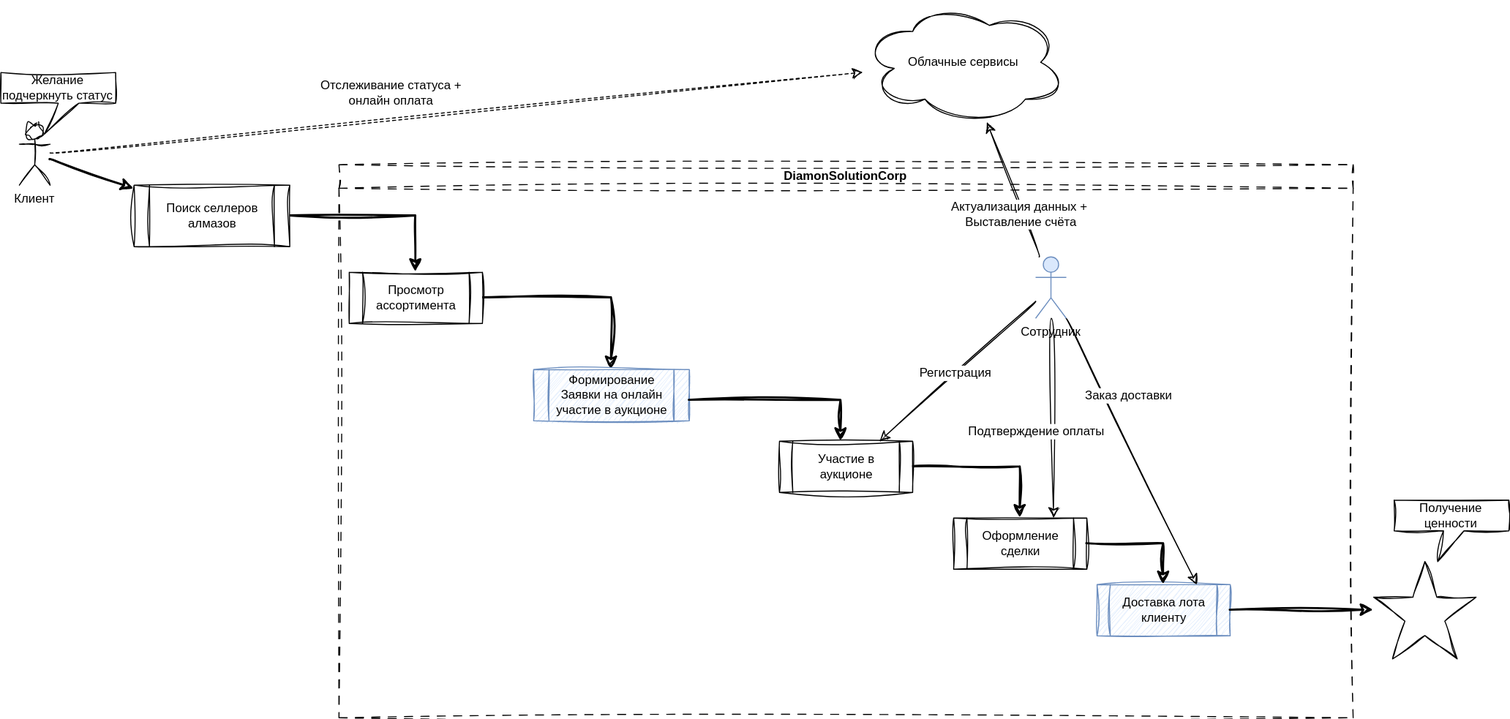
This is task1/DIamonSolution-High MVP.drawio.svg from SkySai1/Solution-DiamondUniverse, a draw.io export, as it was before one commit. Source tidied: cells renumbered, new cells last; positions are measured from the earlier drawing's top-left corner, leaving out a move shared by most shapes.
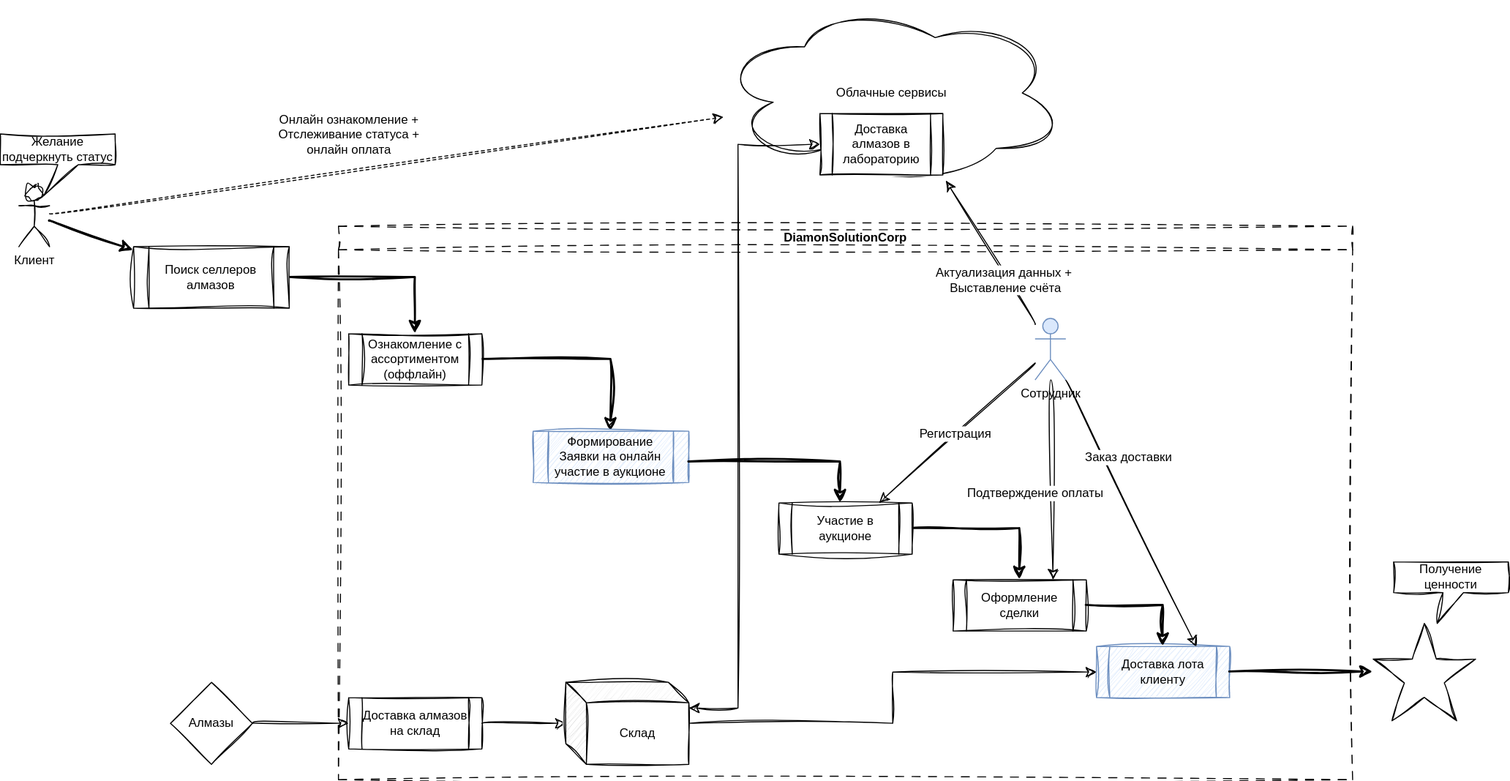
After the change.

What changed in the source:
```diff
@@ -23,7 +23,7 @@
     <mxCell id="8" style="edgeStyle=orthogonalEdgeStyle;rounded=0;jettySize=auto;html=1;fontSize=12;startSize=8;endSize=8;sketch=1;curveFitting=1;jiggle=2;strokeWidth=2;" parent="2" edge="1" source="9" target="10">
       <mxGeometry relative="1" as="geometry" />
     </mxCell>
-    <mxCell id="9" value="Просмотр ассортимента" style="shape=process;whiteSpace=wrap;html=1;backgroundOutline=1;sketch=1;curveFitting=1;jiggle=2;" parent="2" vertex="1">
+    <mxCell id="9" value="Ознакомление с ассортиментом (оффлайн)" style="shape=process;whiteSpace=wrap;html=1;backgroundOutline=1;sketch=1;curveFitting=1;jiggle=2;" parent="2" vertex="1">
       <mxGeometry x="10" y="105" width="130" height="50" as="geometry" />
     </mxCell>
     <mxCell id="10" value="Формирование Заявки на онлайн участие в аукционе" style="shape=process;whiteSpace=wrap;html=1;backgroundOutline=1;sketch=1;curveFitting=1;jiggle=2;fillColor=#dae8fc;strokeColor=#6c8ebf;" parent="2" vertex="1">
@@ -67,6 +67,18 @@
         <mxPoint x="-23" y="-4" as="offset" />
       </mxGeometry>
     </mxCell>
+    <mxCell id="32" style="edgeStyle=none;curved=1;rounded=0;jettySize=auto;html=1;fontSize=12;startSize=8;endSize=8;sketch=1;curveFitting=1;jiggle=2;" parent="2" edge="1" source="33" target="35">
+      <mxGeometry relative="1" as="geometry" />
+    </mxCell>
+    <mxCell id="33" value="Доставка алмазов на склад" style="shape=process;whiteSpace=wrap;html=1;backgroundOutline=1;sketch=1;curveFitting=1;jiggle=2;" parent="2" vertex="1">
+      <mxGeometry x="10" y="460" width="130" height="50" as="geometry" />
+    </mxCell>
+    <mxCell id="34" style="edgeStyle=orthogonalEdgeStyle;rounded=0;jettySize=auto;html=1;fontSize=12;startSize=8;endSize=8;sketch=1;curveFitting=1;jiggle=2;" parent="2" edge="1" source="35" target="12">
+      <mxGeometry relative="1" as="geometry" />
+    </mxCell>
+    <mxCell id="35" value="Склад" style="shape=cube;whiteSpace=wrap;html=1;boundedLbl=1;backgroundOutline=1;darkOpacity=0.05;darkOpacity2=0.1;sketch=1;curveFitting=1;jiggle=2;" parent="2" vertex="1">
+      <mxGeometry x="222" y="445" width="120" height="80" as="geometry" />
+    </mxCell>
     <mxCell id="21" style="edgeStyle=orthogonalEdgeStyle;rounded=0;jettySize=auto;html=1;fontSize=12;startSize=8;endSize=8;sketch=1;curveFitting=1;jiggle=2;strokeWidth=2;" parent="1" edge="1" source="12" target="22">
       <mxGeometry relative="1" as="geometry" />
     </mxCell>
@@ -77,7 +89,7 @@
       <mxGeometry x="1360" y="487.5" width="112" height="60" as="geometry" />
     </mxCell>
     <mxCell id="24" value="Облачные сервисы" style="ellipse;shape=cloud;whiteSpace=wrap;html=1;sketch=1;curveFitting=1;jiggle=2;" parent="1" vertex="1">
-      <mxGeometry x="840" width="200" height="120" as="geometry" />
+      <mxGeometry x="700" y="-60" width="340" height="180" as="geometry" />
     </mxCell>
     <mxCell id="25" style="edgeStyle=none;curved=1;rounded=0;jettySize=auto;html=1;fontSize=12;startSize=8;endSize=8;sketch=1;curveFitting=1;jiggle=2;" parent="1" edge="1" source="16" target="24">
       <mxGeometry relative="1" as="geometry" />
@@ -91,9 +103,9 @@
     <mxCell id="28" style="edgeStyle=none;curved=1;rounded=0;jettySize=auto;html=1;fontSize=12;startSize=8;endSize=8;sketch=1;curveFitting=1;jiggle=2;dashed=1;" parent="1" edge="1" source="30" target="24">
       <mxGeometry relative="1" as="geometry" />
     </mxCell>
-    <mxCell id="29" value="Отслеживание статуса +&lt;br&gt;онлайн оплата" style="edgeLabel;html=1;align=center;verticalAlign=middle;fontSize=12;" parent="28" vertex="1">
+    <mxCell id="29" value="Онлайн ознакомление +&lt;br&gt;Отслеживание статуса +&lt;br&gt;онлайн оплата" style="edgeLabel;html=1;align=center;verticalAlign=middle;fontSize=12;" parent="28" vertex="1">
       <mxGeometry x="-0.09" y="-3" relative="1" as="geometry">
-        <mxPoint x="-31" y="-26" as="offset" />
+        <mxPoint x="-9" y="-38" as="offset" />
       </mxGeometry>
     </mxCell>
     <mxCell id="30" value="Клиент" style="shape=umlActor;verticalLabelPosition=bottom;verticalAlign=top;html=1;outlineConnect=0;sketch=1;curveFitting=1;jiggle=2;" parent="1" vertex="1">
@@ -102,5 +114,22 @@
     <mxCell id="31" value="Желание подчеркнуть статус" style="shape=callout;whiteSpace=wrap;html=1;perimeter=calloutPerimeter;position2=0.38;sketch=1;curveFitting=1;jiggle=2;" parent="1" vertex="1">
       <mxGeometry y="70" width="112" height="60" as="geometry" />
     </mxCell>
+    <mxCell id="36" style="edgeStyle=none;curved=1;rounded=0;jettySize=auto;html=1;fontSize=12;startSize=8;endSize=8;sketch=1;curveFitting=1;jiggle=2;" parent="1" edge="1" source="37" target="33">
+      <mxGeometry relative="1" as="geometry" />
+    </mxCell>
+    <mxCell id="37" value="Алмазы" style="rhombus;whiteSpace=wrap;html=1;shapeInside=1;sketch=1;curveFitting=1;jiggle=2;" parent="1" vertex="1">
+      <mxGeometry x="166" y="605" width="80" height="80" as="geometry" />
+    </mxCell>
+    <mxCell id="38" style="edgeStyle=orthogonalEdgeStyle;rounded=0;jettySize=auto;html=1;fontSize=12;startSize=8;endSize=8;sketch=1;curveFitting=1;jiggle=2;startArrow=classic;startFill=1;" parent="1" edge="1" source="35" target="39">
+      <mxGeometry relative="1" as="geometry">
+        <Array as="points">
+          <mxPoint x="720" y="630.1" />
+          <mxPoint x="720" y="80.1" />
+        </Array>
+      </mxGeometry>
+    </mxCell>
+    <mxCell id="39" value="Доставка алмазов в лабораторию" style="shape=process;whiteSpace=wrap;html=1;backgroundOutline=1;sketch=1;curveFitting=1;jiggle=2;" parent="1" vertex="1">
+      <mxGeometry x="800" y="50" width="120" height="60" as="geometry" />
+    </mxCell>
   </root>
 </mxGraphModel>
```
